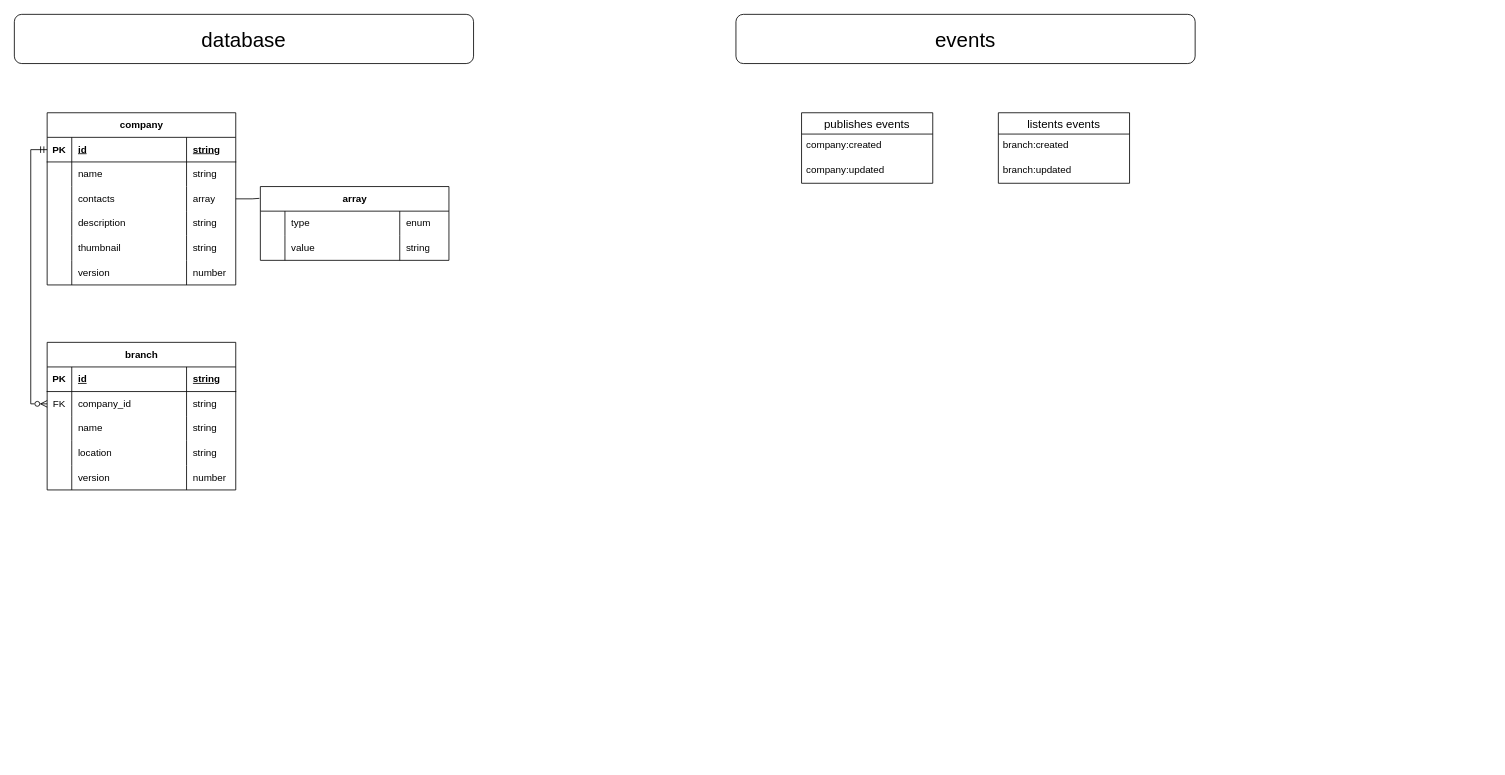
This is page "company" (6 of 11) of app.drawio from ernurQ/eat-web-diagrams, a draw.io file, before an edit. Source tidied: cells renumbered, new cells numbered last; positions are measured from the earlier drawing's top-left corner, leaving out a move shared by most shapes. Both pictures are drawn from the tidied source at 82%, with x=0, y=0 at pixel (14, 14).
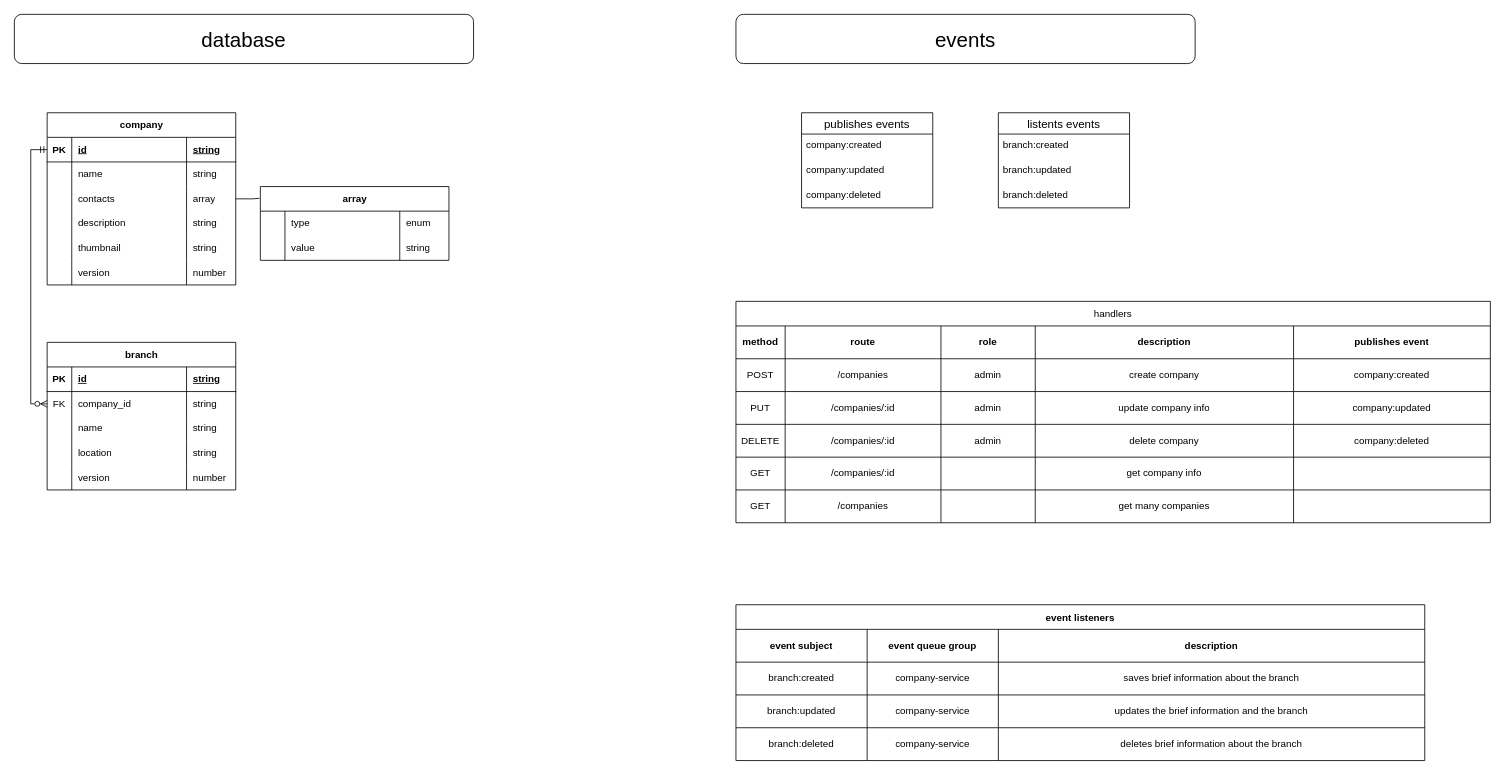
Above is the later version.

Change to the diagram source:
```diff
@@
     <mxCell id="59" value="listents events" style="swimlane;fontStyle=0;horizontal=1;startSize=26;align=center;fontSize=14;" parent="1" vertex="1">
-      <mxGeometry x="1200" y="120" width="160" height="86" as="geometry" />
+      <mxGeometry x="1200" y="120" width="160" height="116" as="geometry" />
     </mxCell>
@@
+    <mxCell id="67" value="branch:deleted" style="text;strokeColor=none;fillColor=none;spacingLeft=4;spacingRight=4;overflow=hidden;fontSize=12;whiteSpace=wrap;html=1;" parent="59" vertex="1">
+      <mxGeometry y="86" width="160" height="30" as="geometry" />
+    </mxCell>
     <mxCell id="62" value="publishes events" style="swimlane;fontStyle=0;horizontal=1;startSize=26;align=center;fontSize=14;" parent="1" vertex="1">
-      <mxGeometry x="960" y="120" width="160" height="86" as="geometry" />
+      <mxGeometry x="960" y="120" width="160" height="116" as="geometry" />
     </mxCell>
@@
+    <mxCell id="68" value="company:deleted" style="text;strokeColor=none;fillColor=none;spacingLeft=4;spacingRight=4;overflow=hidden;fontSize=12;whiteSpace=wrap;html=1;" parent="62" vertex="1">
+      <mxGeometry y="86" width="160" height="30" as="geometry" />
+    </mxCell>
@@
+    <mxCell id="69" value="handlers" style="shape=table;startSize=30;childLayout=tableLayout;strokeColor=default;fontSize=12;" parent="1" vertex="1">
+      <mxGeometry x="880" y="350" width="920" height="270" as="geometry" />
+    </mxCell>
+    <mxCell id="70" style="shape=tableRow;horizontal=0;startSize=0;swimlaneHead=0;swimlaneBody=0;strokeColor=inherit;top=0;left=0;bottom=0;right=0;fillColor=none;fontSize=12;" parent="69" vertex="1">
+      <mxGeometry y="30" width="920" height="40" as="geometry" />
+    </mxCell>
+    <mxCell id="71" value="&lt;b&gt;method&lt;/b&gt;" style="shape=partialRectangle;html=1;whiteSpace=wrap;strokeColor=inherit;overflow=hidden;fillColor=none;top=0;left=0;bottom=0;right=0;fontSize=12;" parent="70" vertex="1">
+      <mxGeometry width="60" height="40" as="geometry" />
+    </mxCell>
+    <mxCell id="72" value="&lt;b&gt;route&lt;/b&gt;" style="shape=partialRectangle;html=1;whiteSpace=wrap;strokeColor=inherit;overflow=hidden;fillColor=none;top=0;left=0;bottom=0;right=0;fontSize=12;" parent="70" vertex="1">
+      <mxGeometry x="60" width="190" height="40" as="geometry" />
+    </mxCell>
+    <mxCell id="73" value="&lt;b&gt;role&lt;/b&gt;" style="shape=partialRectangle;html=1;whiteSpace=wrap;strokeColor=inherit;overflow=hidden;fillColor=none;top=0;left=0;bottom=0;right=0;fontSize=12;" parent="70" vertex="1">
+      <mxGeometry x="250" width="115" height="40" as="geometry" />
+    </mxCell>
+    <mxCell id="74" value="&lt;b&gt;description&lt;/b&gt;" style="shape=partialRectangle;html=1;whiteSpace=wrap;strokeColor=inherit;overflow=hidden;fillColor=none;top=0;left=0;bottom=0;right=0;fontSize=12;" parent="70" vertex="1">
+      <mxGeometry x="365" width="315" height="40" as="geometry" />
+    </mxCell>
+    <mxCell id="75" value="&lt;b&gt;publishes event&lt;/b&gt;" style="shape=partialRectangle;html=1;whiteSpace=wrap;strokeColor=inherit;overflow=hidden;fillColor=none;top=0;left=0;bottom=0;right=0;fontSize=12;" parent="70" vertex="1">
+      <mxGeometry x="680" width="240" height="40" as="geometry" />
+    </mxCell>
+    <mxCell id="76" style="shape=tableRow;horizontal=0;startSize=0;swimlaneHead=0;swimlaneBody=0;strokeColor=inherit;top=0;left=0;bottom=0;right=0;fillColor=none;fontSize=12;" parent="69" vertex="1">
+      <mxGeometry y="70" width="920" height="40" as="geometry" />
+    </mxCell>
+    <mxCell id="77" value="POST" style="shape=partialRectangle;html=1;whiteSpace=wrap;strokeColor=inherit;overflow=hidden;fillColor=none;top=0;left=0;bottom=0;right=0;fontSize=12;" parent="76" vertex="1">
+      <mxGeometry width="60" height="40" as="geometry" />
+    </mxCell>
+    <mxCell id="78" value="/companies" style="shape=partialRectangle;html=1;whiteSpace=wrap;strokeColor=inherit;overflow=hidden;fillColor=none;top=0;left=0;bottom=0;right=0;fontSize=12;align=center;" parent="76" vertex="1">
+      <mxGeometry x="60" width="190" height="40" as="geometry" />
+    </mxCell>
+    <mxCell id="79" value="admin" style="shape=partialRectangle;html=1;whiteSpace=wrap;strokeColor=inherit;overflow=hidden;fillColor=none;top=0;left=0;bottom=0;right=0;fontSize=12;align=center;" parent="76" vertex="1">
+      <mxGeometry x="250" width="115" height="40" as="geometry" />
+    </mxCell>
+    <mxCell id="80" value="create company" style="shape=partialRectangle;html=1;whiteSpace=wrap;strokeColor=inherit;overflow=hidden;fillColor=none;top=0;left=0;bottom=0;right=0;fontSize=12;" parent="76" vertex="1">
+      <mxGeometry x="365" width="315" height="40" as="geometry" />
+    </mxCell>
+    <mxCell id="81" value="company:created" style="shape=partialRectangle;html=1;whiteSpace=wrap;strokeColor=inherit;overflow=hidden;fillColor=none;top=0;left=0;bottom=0;right=0;fontSize=12;" parent="76" vertex="1">
+      <mxGeometry x="680" width="240" height="40" as="geometry" />
+    </mxCell>
+    <mxCell id="82" style="shape=tableRow;horizontal=0;startSize=0;swimlaneHead=0;swimlaneBody=0;strokeColor=inherit;top=0;left=0;bottom=0;right=0;fillColor=none;fontSize=12;" parent="69" vertex="1">
+      <mxGeometry y="110" width="920" height="40" as="geometry" />
+    </mxCell>
+    <mxCell id="83" value="PUT" style="shape=partialRectangle;html=1;whiteSpace=wrap;strokeColor=inherit;overflow=hidden;fillColor=none;top=0;left=0;bottom=0;right=0;fontSize=12;" parent="82" vertex="1">
+      <mxGeometry width="60" height="40" as="geometry" />
+    </mxCell>
+    <mxCell id="84" value="/companies/:id" style="shape=partialRectangle;html=1;whiteSpace=wrap;strokeColor=inherit;overflow=hidden;fillColor=none;top=0;left=0;bottom=0;right=0;fontSize=12;" parent="82" vertex="1">
+      <mxGeometry x="60" width="190" height="40" as="geometry" />
+    </mxCell>
+    <mxCell id="85" value="admin" style="shape=partialRectangle;html=1;whiteSpace=wrap;strokeColor=inherit;overflow=hidden;fillColor=none;top=0;left=0;bottom=0;right=0;fontSize=12;" parent="82" vertex="1">
+      <mxGeometry x="250" width="115" height="40" as="geometry" />
+    </mxCell>
+    <mxCell id="86" value="update company info" style="shape=partialRectangle;html=1;whiteSpace=wrap;strokeColor=inherit;overflow=hidden;fillColor=none;top=0;left=0;bottom=0;right=0;fontSize=12;" parent="82" vertex="1">
+      <mxGeometry x="365" width="315" height="40" as="geometry" />
+    </mxCell>
+    <mxCell id="87" value="company:updated" style="shape=partialRectangle;html=1;whiteSpace=wrap;strokeColor=inherit;overflow=hidden;fillColor=none;top=0;left=0;bottom=0;right=0;fontSize=12;" parent="82" vertex="1">
+      <mxGeometry x="680" width="240" height="40" as="geometry" />
+    </mxCell>
+    <mxCell id="88" style="shape=tableRow;horizontal=0;startSize=0;swimlaneHead=0;swimlaneBody=0;strokeColor=inherit;top=0;left=0;bottom=0;right=0;fillColor=none;fontSize=12;" parent="69" vertex="1">
+      <mxGeometry y="150" width="920" height="40" as="geometry" />
+    </mxCell>
+    <mxCell id="89" value="DELETE" style="shape=partialRectangle;html=1;whiteSpace=wrap;strokeColor=inherit;overflow=hidden;fillColor=none;top=0;left=0;bottom=0;right=0;fontSize=12;" parent="88" vertex="1">
+      <mxGeometry width="60" height="40" as="geometry" />
+    </mxCell>
+    <mxCell id="90" value="/companies/:id" style="shape=partialRectangle;html=1;whiteSpace=wrap;strokeColor=inherit;overflow=hidden;fillColor=none;top=0;left=0;bottom=0;right=0;fontSize=12;" parent="88" vertex="1">
+      <mxGeometry x="60" width="190" height="40" as="geometry" />
+    </mxCell>
+    <mxCell id="91" value="admin" style="shape=partialRectangle;html=1;whiteSpace=wrap;strokeColor=inherit;overflow=hidden;fillColor=none;top=0;left=0;bottom=0;right=0;fontSize=12;" parent="88" vertex="1">
+      <mxGeometry x="250" width="115" height="40" as="geometry" />
+    </mxCell>
+    <mxCell id="92" value="delete company" style="shape=partialRectangle;html=1;whiteSpace=wrap;strokeColor=inherit;overflow=hidden;fillColor=none;top=0;left=0;bottom=0;right=0;fontSize=12;" parent="88" vertex="1">
+      <mxGeometry x="365" width="315" height="40" as="geometry" />
+    </mxCell>
+    <mxCell id="93" value="&lt;span style=&quot;text-align: left;&quot;&gt;company:deleted&lt;/span&gt;" style="shape=partialRectangle;html=1;whiteSpace=wrap;strokeColor=inherit;overflow=hidden;fillColor=none;top=0;left=0;bottom=0;right=0;fontSize=12;" parent="88" vertex="1">
+      <mxGeometry x="680" width="240" height="40" as="geometry" />
+    </mxCell>
+    <mxCell id="94" style="shape=tableRow;horizontal=0;startSize=0;swimlaneHead=0;swimlaneBody=0;strokeColor=inherit;top=0;left=0;bottom=0;right=0;fillColor=none;fontSize=12;" parent="69" vertex="1">
+      <mxGeometry y="190" width="920" height="40" as="geometry" />
+    </mxCell>
+    <mxCell id="95" value="GET" style="shape=partialRectangle;html=1;whiteSpace=wrap;strokeColor=inherit;overflow=hidden;fillColor=none;top=0;left=0;bottom=0;right=0;fontSize=12;" parent="94" vertex="1">
+      <mxGeometry width="60" height="40" as="geometry" />
+    </mxCell>
+    <mxCell id="96" value="/companies/:id" style="shape=partialRectangle;html=1;whiteSpace=wrap;strokeColor=inherit;overflow=hidden;fillColor=none;top=0;left=0;bottom=0;right=0;fontSize=12;" parent="94" vertex="1">
+      <mxGeometry x="60" width="190" height="40" as="geometry" />
+    </mxCell>
+    <mxCell id="97" style="shape=partialRectangle;html=1;whiteSpace=wrap;strokeColor=inherit;overflow=hidden;fillColor=none;top=0;left=0;bottom=0;right=0;fontSize=12;" parent="94" vertex="1">
+      <mxGeometry x="250" width="115" height="40" as="geometry" />
+    </mxCell>
+    <mxCell id="98" value="get company info" style="shape=partialRectangle;html=1;whiteSpace=wrap;strokeColor=inherit;overflow=hidden;fillColor=none;top=0;left=0;bottom=0;right=0;fontSize=12;" parent="94" vertex="1">
+      <mxGeometry x="365" width="315" height="40" as="geometry" />
+    </mxCell>
+    <mxCell id="99" style="shape=partialRectangle;html=1;whiteSpace=wrap;strokeColor=inherit;overflow=hidden;fillColor=none;top=0;left=0;bottom=0;right=0;fontSize=12;" parent="94" vertex="1">
+      <mxGeometry x="680" width="240" height="40" as="geometry" />
+    </mxCell>
+    <mxCell id="100" style="shape=tableRow;horizontal=0;startSize=0;swimlaneHead=0;swimlaneBody=0;strokeColor=inherit;top=0;left=0;bottom=0;right=0;fillColor=none;fontSize=12;" parent="69" vertex="1">
+      <mxGeometry y="230" width="920" height="40" as="geometry" />
+    </mxCell>
+    <mxCell id="101" value="GET" style="shape=partialRectangle;html=1;whiteSpace=wrap;strokeColor=inherit;overflow=hidden;fillColor=none;top=0;left=0;bottom=0;right=0;fontSize=12;" parent="100" vertex="1">
+      <mxGeometry width="60" height="40" as="geometry" />
+    </mxCell>
+    <mxCell id="102" value="/companies" style="shape=partialRectangle;html=1;whiteSpace=wrap;strokeColor=inherit;overflow=hidden;fillColor=none;top=0;left=0;bottom=0;right=0;fontSize=12;" parent="100" vertex="1">
+      <mxGeometry x="60" width="190" height="40" as="geometry" />
+    </mxCell>
+    <mxCell id="103" style="shape=partialRectangle;html=1;whiteSpace=wrap;strokeColor=inherit;overflow=hidden;fillColor=none;top=0;left=0;bottom=0;right=0;fontSize=12;" parent="100" vertex="1">
+      <mxGeometry x="250" width="115" height="40" as="geometry" />
+    </mxCell>
+    <mxCell id="104" value="get many companies" style="shape=partialRectangle;html=1;whiteSpace=wrap;strokeColor=inherit;overflow=hidden;fillColor=none;top=0;left=0;bottom=0;right=0;fontSize=12;" parent="100" vertex="1">
+      <mxGeometry x="365" width="315" height="40" as="geometry" />
+    </mxCell>
+    <mxCell id="105" style="shape=partialRectangle;html=1;whiteSpace=wrap;strokeColor=inherit;overflow=hidden;fillColor=none;top=0;left=0;bottom=0;right=0;fontSize=12;" parent="100" vertex="1">
+      <mxGeometry x="680" width="240" height="40" as="geometry" />
+    </mxCell>
+    <mxCell id="106" value="event listeners" style="shape=table;startSize=30;childLayout=tableLayout;strokeColor=default;fontSize=12;fontStyle=1;" parent="1" vertex="1">
+      <mxGeometry x="880" y="720" width="840" height="190" as="geometry" />
+    </mxCell>
+    <mxCell id="107" style="shape=tableRow;horizontal=0;startSize=0;swimlaneHead=0;swimlaneBody=0;strokeColor=inherit;top=0;left=0;bottom=0;right=0;fillColor=none;fontSize=12;" parent="106" vertex="1">
+      <mxGeometry y="30" width="840" height="40" as="geometry" />
+    </mxCell>
+    <mxCell id="108" value="&lt;b&gt;event subject&lt;/b&gt;" style="shape=partialRectangle;html=1;whiteSpace=wrap;strokeColor=inherit;overflow=hidden;fillColor=none;top=0;left=0;bottom=0;right=0;fontSize=12;" parent="107" vertex="1">
+      <mxGeometry width="160" height="40" as="geometry" />
+    </mxCell>
+    <mxCell id="109" value="&lt;b&gt;event queue group&lt;/b&gt;" style="shape=partialRectangle;html=1;whiteSpace=wrap;strokeColor=inherit;overflow=hidden;fillColor=none;top=0;left=0;bottom=0;right=0;fontSize=12;" parent="107" vertex="1">
+      <mxGeometry x="160" width="160" height="40" as="geometry" />
+    </mxCell>
+    <mxCell id="110" value="&lt;b&gt;description&lt;/b&gt;" style="shape=partialRectangle;html=1;whiteSpace=wrap;strokeColor=inherit;overflow=hidden;fillColor=none;top=0;left=0;bottom=0;right=0;fontSize=12;" parent="107" vertex="1">
+      <mxGeometry x="320" width="520" height="40" as="geometry" />
+    </mxCell>
+    <mxCell id="111" style="shape=tableRow;horizontal=0;startSize=0;swimlaneHead=0;swimlaneBody=0;strokeColor=inherit;top=0;left=0;bottom=0;right=0;fillColor=none;fontSize=12;" parent="106" vertex="1">
+      <mxGeometry y="70" width="840" height="40" as="geometry" />
+    </mxCell>
+    <mxCell id="112" value="&lt;span style=&quot;text-align: left;&quot;&gt;branch:created&lt;/span&gt;" style="shape=partialRectangle;html=1;whiteSpace=wrap;strokeColor=inherit;overflow=hidden;fillColor=none;top=0;left=0;bottom=0;right=0;fontSize=12;" parent="111" vertex="1">
+      <mxGeometry width="160" height="40" as="geometry" />
+    </mxCell>
+    <mxCell id="113" value="company-service" style="shape=partialRectangle;html=1;whiteSpace=wrap;strokeColor=inherit;overflow=hidden;fillColor=none;top=0;left=0;bottom=0;right=0;fontSize=12;align=center;" parent="111" vertex="1">
+      <mxGeometry x="160" width="160" height="40" as="geometry" />
+    </mxCell>
+    <mxCell id="114" value="saves brief information about the branch" style="shape=partialRectangle;html=1;whiteSpace=wrap;strokeColor=inherit;overflow=hidden;fillColor=none;top=0;left=0;bottom=0;right=0;fontSize=12;" parent="111" vertex="1">
+      <mxGeometry x="320" width="520" height="40" as="geometry" />
+    </mxCell>
+    <mxCell id="115" style="shape=tableRow;horizontal=0;startSize=0;swimlaneHead=0;swimlaneBody=0;strokeColor=inherit;top=0;left=0;bottom=0;right=0;fillColor=none;fontSize=12;" parent="106" vertex="1">
+      <mxGeometry y="110" width="840" height="40" as="geometry" />
+    </mxCell>
+    <mxCell id="116" value="&lt;span style=&quot;text-align: left;&quot;&gt;branch:updated&lt;/span&gt;" style="shape=partialRectangle;html=1;whiteSpace=wrap;strokeColor=inherit;overflow=hidden;fillColor=none;top=0;left=0;bottom=0;right=0;fontSize=12;" parent="115" vertex="1">
+      <mxGeometry width="160" height="40" as="geometry" />
+    </mxCell>
+    <mxCell id="117" value="company-service" style="shape=partialRectangle;html=1;whiteSpace=wrap;strokeColor=inherit;overflow=hidden;fillColor=none;top=0;left=0;bottom=0;right=0;fontSize=12;align=center;" parent="115" vertex="1">
+      <mxGeometry x="160" width="160" height="40" as="geometry" />
+    </mxCell>
+    <mxCell id="118" value="updates the brief information and the branch" style="shape=partialRectangle;html=1;whiteSpace=wrap;strokeColor=inherit;overflow=hidden;fillColor=none;top=0;left=0;bottom=0;right=0;fontSize=12;" parent="115" vertex="1">
+      <mxGeometry x="320" width="520" height="40" as="geometry" />
+    </mxCell>
+    <mxCell id="119" style="shape=tableRow;horizontal=0;startSize=0;swimlaneHead=0;swimlaneBody=0;strokeColor=inherit;top=0;left=0;bottom=0;right=0;fillColor=none;fontSize=12;" parent="106" vertex="1">
+      <mxGeometry y="150" width="840" height="40" as="geometry" />
+    </mxCell>
+    <mxCell id="120" value="&lt;span style=&quot;text-align: left;&quot;&gt;branch:deleted&lt;/span&gt;" style="shape=partialRectangle;html=1;whiteSpace=wrap;strokeColor=inherit;overflow=hidden;fillColor=none;top=0;left=0;bottom=0;right=0;fontSize=12;" parent="119" vertex="1">
+      <mxGeometry width="160" height="40" as="geometry" />
+    </mxCell>
+    <mxCell id="121" value="company-service" style="shape=partialRectangle;html=1;whiteSpace=wrap;strokeColor=inherit;overflow=hidden;fillColor=none;top=0;left=0;bottom=0;right=0;fontSize=12;align=center;" parent="119" vertex="1">
+      <mxGeometry x="160" width="160" height="40" as="geometry" />
+    </mxCell>
+    <mxCell id="122" value="deletes brief information about the branch" style="shape=partialRectangle;html=1;whiteSpace=wrap;strokeColor=inherit;overflow=hidden;fillColor=none;top=0;left=0;bottom=0;right=0;fontSize=12;" parent="119" vertex="1">
+      <mxGeometry x="320" width="520" height="40" as="geometry" />
+    </mxCell>
```
